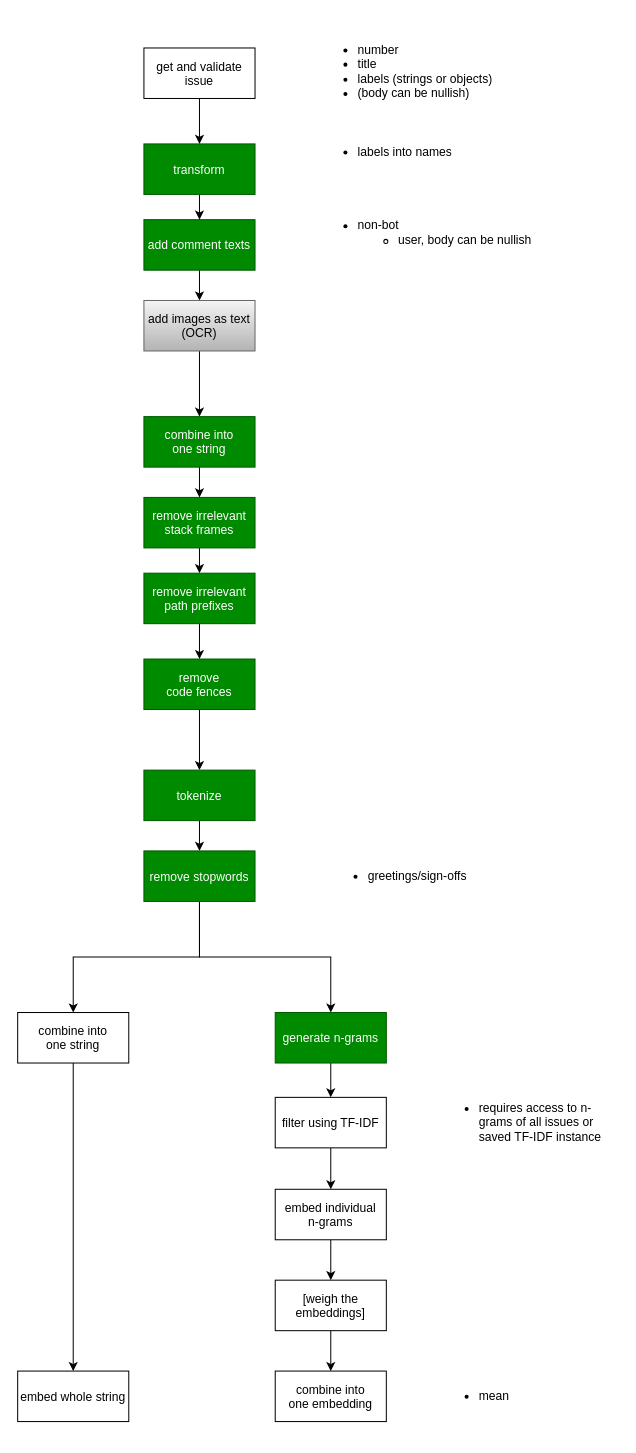
The draw.io diagram docs/pipeline.drawio in tim-sh/embeddings, before the edit. Source tidied: cells renumbered, new cells numbered last; positions are measured from the earlier drawing's top-left corner, leaving out a move shared by most shapes. Both pictures are drawn from the tidied source at 101%, with x=0, y=0 at pixel (17, 17).
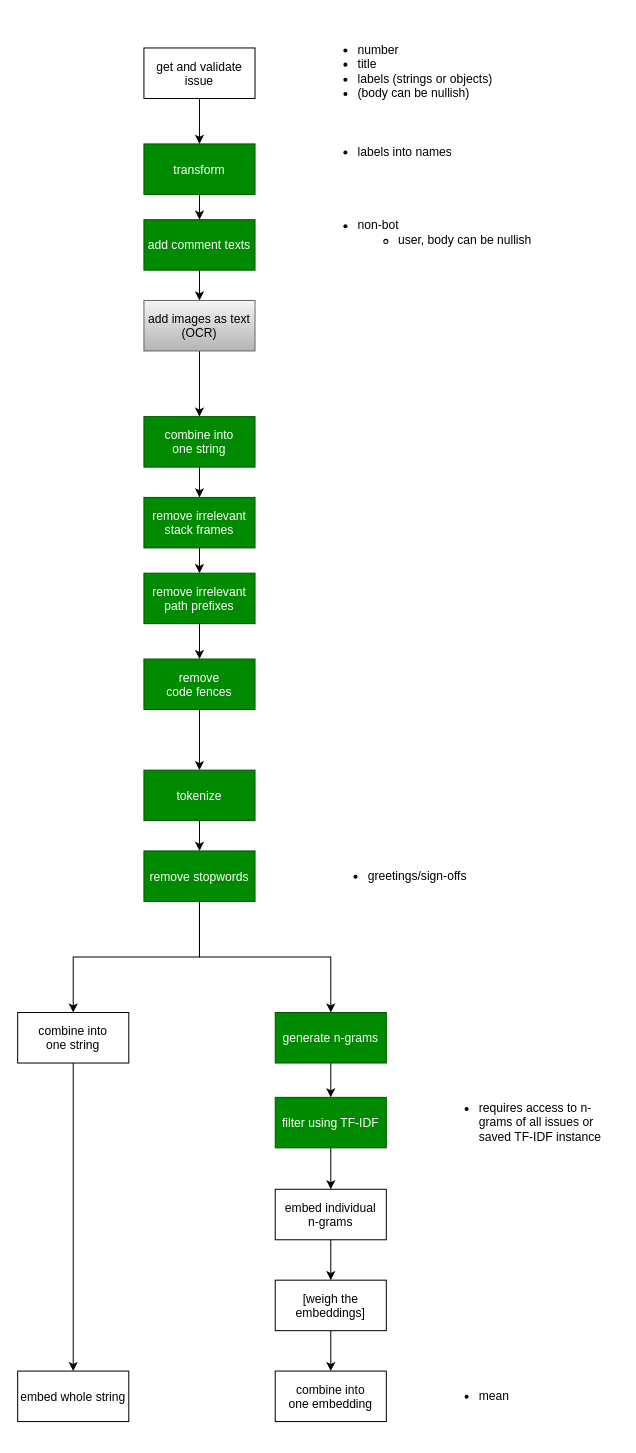
The same page after the edit.

The edit, as a diff of the source:
```diff
@@
-    <mxCell id="22" value="filter using TF-IDF" parent="1" vertex="1">
+    <mxCell id="22" value="filter using TF-IDF" style="fillColor=#008a00;fontColor=#ffffff;strokeColor=#005700;" parent="1" vertex="1">
       <mxGeometry x="255" y="1069" width="110" height="50" as="geometry" />
     </mxCell>
```
